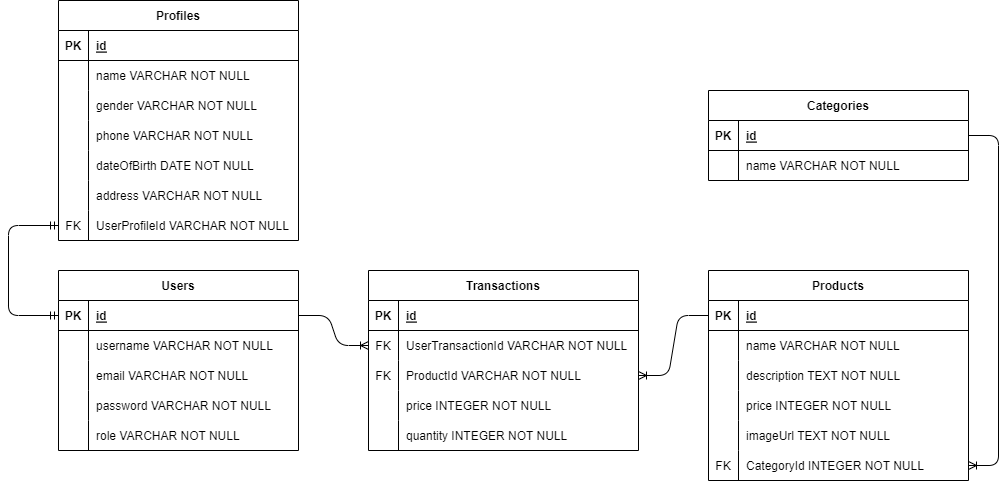
raihanonad/Pair-Project-Phase-1 keeps this draw.io diagram as ERD.drawio.png. Above is the earlier version. Source tidied: cells renumbered, new cells last; positions are measured from the earlier drawing's top-left corner, leaving out a move shared by most shapes. The source it was exported from:
```xml
<mxGraphModel>
  <root>
    <mxCell id="0" />
    <mxCell id="1" parent="0" />
    <mxCell id="2" value="Profiles" style="shape=table;startSize=30;rowLines=0;fontStyle=1;align=center;" parent="1" vertex="1">
      <mxGeometry x="50" width="240" height="240" as="geometry" />
    </mxCell>
    <mxCell id="3" style="shape=tableRow;horizontal=0;startSize=0;swimlaneHead=0;swimlaneBody=0;fillColor=none;top=0;left=0;right=0;bottom=1;" parent="2" vertex="1">
      <mxGeometry y="30" width="240" height="30" as="geometry" />
    </mxCell>
    <mxCell id="4" value="PK" style="shape=partialRectangle;fillColor=none;top=0;left=0;bottom=0;right=0;fontStyle=1;overflow=hidden;" parent="3" vertex="1">
      <mxGeometry width="30" height="30" as="geometry" />
    </mxCell>
    <mxCell id="5" value="id" style="shape=partialRectangle;fillColor=none;top=0;left=0;bottom=0;right=0;align=left;spacingLeft=6;fontStyle=5;overflow=hidden;" parent="3" vertex="1">
      <mxGeometry x="30" width="210" height="30" as="geometry" />
    </mxCell>
    <mxCell id="6" style="shape=tableRow;horizontal=0;startSize=0;swimlaneHead=0;swimlaneBody=0;fillColor=none;top=0;left=0;right=0;bottom=0;" parent="2" vertex="1">
      <mxGeometry y="60" width="240" height="30" as="geometry" />
    </mxCell>
    <mxCell id="7" style="shape=partialRectangle;fillColor=none;top=0;left=0;bottom=0;right=0;overflow=hidden;" parent="6" vertex="1">
      <mxGeometry width="30" height="30" as="geometry" />
    </mxCell>
    <mxCell id="8" value="name VARCHAR NOT NULL" style="shape=partialRectangle;fillColor=none;top=0;left=0;bottom=0;right=0;align=left;spacingLeft=6;overflow=hidden;" parent="6" vertex="1">
      <mxGeometry x="30" width="210" height="30" as="geometry" />
    </mxCell>
    <mxCell id="9" style="shape=tableRow;horizontal=0;startSize=0;swimlaneHead=0;swimlaneBody=0;fillColor=none;top=0;left=0;right=0;bottom=0;" parent="2" vertex="1">
      <mxGeometry y="90" width="240" height="30" as="geometry" />
    </mxCell>
    <mxCell id="10" style="shape=partialRectangle;fillColor=none;top=0;left=0;bottom=0;right=0;overflow=hidden;" parent="9" vertex="1">
      <mxGeometry width="30" height="30" as="geometry" />
    </mxCell>
    <mxCell id="11" value="gender VARCHAR NOT NULL" style="shape=partialRectangle;fillColor=none;top=0;left=0;bottom=0;right=0;align=left;spacingLeft=6;overflow=hidden;" parent="9" vertex="1">
      <mxGeometry x="30" width="210" height="30" as="geometry" />
    </mxCell>
    <mxCell id="12" style="shape=tableRow;horizontal=0;startSize=0;swimlaneHead=0;swimlaneBody=0;fillColor=none;top=0;left=0;right=0;bottom=0;" parent="2" vertex="1">
      <mxGeometry y="120" width="240" height="30" as="geometry" />
    </mxCell>
    <mxCell id="13" style="shape=partialRectangle;fillColor=none;top=0;left=0;bottom=0;right=0;overflow=hidden;" parent="12" vertex="1">
      <mxGeometry width="30" height="30" as="geometry" />
    </mxCell>
    <mxCell id="14" value="phone VARCHAR NOT NULL" style="shape=partialRectangle;fillColor=none;top=0;left=0;bottom=0;right=0;align=left;spacingLeft=6;overflow=hidden;" parent="12" vertex="1">
      <mxGeometry x="30" width="210" height="30" as="geometry" />
    </mxCell>
    <mxCell id="15" style="shape=tableRow;horizontal=0;startSize=0;swimlaneHead=0;swimlaneBody=0;fillColor=none;top=0;left=0;right=0;bottom=0;" parent="2" vertex="1">
      <mxGeometry y="150" width="240" height="30" as="geometry" />
    </mxCell>
    <mxCell id="16" style="shape=partialRectangle;fillColor=none;top=0;left=0;bottom=0;right=0;overflow=hidden;" parent="15" vertex="1">
      <mxGeometry width="30" height="30" as="geometry" />
    </mxCell>
    <mxCell id="17" value="dateOfBirth DATE NOT NULL" style="shape=partialRectangle;fillColor=none;top=0;left=0;bottom=0;right=0;align=left;spacingLeft=6;overflow=hidden;" parent="15" vertex="1">
      <mxGeometry x="30" width="210" height="30" as="geometry" />
    </mxCell>
    <mxCell id="18" style="shape=tableRow;horizontal=0;startSize=0;swimlaneHead=0;swimlaneBody=0;fillColor=none;top=0;left=0;right=0;bottom=0;" parent="2" vertex="1">
      <mxGeometry y="180" width="240" height="30" as="geometry" />
    </mxCell>
    <mxCell id="19" style="shape=partialRectangle;fillColor=none;top=0;left=0;bottom=0;right=0;overflow=hidden;" parent="18" vertex="1">
      <mxGeometry width="30" height="30" as="geometry" />
    </mxCell>
    <mxCell id="20" value="address VARCHAR NOT NULL" style="shape=partialRectangle;fillColor=none;top=0;left=0;bottom=0;right=0;align=left;spacingLeft=6;overflow=hidden;" parent="18" vertex="1">
      <mxGeometry x="30" width="210" height="30" as="geometry" />
    </mxCell>
    <mxCell id="21" style="shape=tableRow;horizontal=0;startSize=0;swimlaneHead=0;swimlaneBody=0;fillColor=none;points=[[0,0.5],[1,0.5]];portConstraint=eastwest;top=0;left=0;right=0;bottom=0;" parent="2" vertex="1">
      <mxGeometry y="210" width="240" height="30" as="geometry" />
    </mxCell>
    <mxCell id="22" value="FK" style="shape=partialRectangle;fillColor=none;top=0;left=0;bottom=0;right=0;overflow=hidden;" parent="21" vertex="1">
      <mxGeometry width="30" height="30" as="geometry" />
    </mxCell>
    <mxCell id="23" value="UserProfileId VARCHAR NOT NULL" style="shape=partialRectangle;fillColor=none;top=0;left=0;bottom=0;right=0;align=left;spacingLeft=6;overflow=hidden;" parent="21" vertex="1">
      <mxGeometry x="30" width="210" height="30" as="geometry" />
    </mxCell>
    <mxCell id="24" value="Users" style="shape=table;startSize=30;rowLines=0;fontStyle=1;align=center;" parent="1" vertex="1">
      <mxGeometry x="50" y="270" width="240" height="180" as="geometry" />
    </mxCell>
    <mxCell id="25" style="shape=tableRow;horizontal=0;startSize=0;swimlaneHead=0;swimlaneBody=0;fillColor=none;points=[[0,0.5],[1,0.5]];portConstraint=eastwest;top=0;left=0;right=0;bottom=1;" parent="24" vertex="1">
      <mxGeometry y="30" width="240" height="30" as="geometry" />
    </mxCell>
    <mxCell id="26" value="PK" style="shape=partialRectangle;fillColor=none;top=0;left=0;bottom=0;right=0;fontStyle=1;overflow=hidden;" parent="25" vertex="1">
      <mxGeometry width="30" height="30" as="geometry" />
    </mxCell>
    <mxCell id="27" value="id" style="shape=partialRectangle;fillColor=none;top=0;left=0;bottom=0;right=0;align=left;spacingLeft=6;fontStyle=5;overflow=hidden;" parent="25" vertex="1">
      <mxGeometry x="30" width="210" height="30" as="geometry" />
    </mxCell>
    <mxCell id="28" style="shape=tableRow;horizontal=0;startSize=0;swimlaneHead=0;swimlaneBody=0;fillColor=none;top=0;left=0;right=0;bottom=0;" parent="24" vertex="1">
      <mxGeometry y="60" width="240" height="30" as="geometry" />
    </mxCell>
    <mxCell id="29" style="shape=partialRectangle;fillColor=none;top=0;left=0;bottom=0;right=0;overflow=hidden;" parent="28" vertex="1">
      <mxGeometry width="30" height="30" as="geometry" />
    </mxCell>
    <mxCell id="30" value="username VARCHAR NOT NULL" style="shape=partialRectangle;fillColor=none;top=0;left=0;bottom=0;right=0;align=left;spacingLeft=6;overflow=hidden;" parent="28" vertex="1">
      <mxGeometry x="30" width="210" height="30" as="geometry" />
    </mxCell>
    <mxCell id="31" style="shape=tableRow;horizontal=0;startSize=0;swimlaneHead=0;swimlaneBody=0;fillColor=none;top=0;left=0;right=0;bottom=0;" parent="24" vertex="1">
      <mxGeometry y="90" width="240" height="30" as="geometry" />
    </mxCell>
    <mxCell id="32" style="shape=partialRectangle;fillColor=none;top=0;left=0;bottom=0;right=0;overflow=hidden;" parent="31" vertex="1">
      <mxGeometry width="30" height="30" as="geometry" />
    </mxCell>
    <mxCell id="33" value="email VARCHAR NOT NULL" style="shape=partialRectangle;fillColor=none;top=0;left=0;bottom=0;right=0;align=left;spacingLeft=6;overflow=hidden;" parent="31" vertex="1">
      <mxGeometry x="30" width="210" height="30" as="geometry" />
    </mxCell>
    <mxCell id="34" style="shape=tableRow;horizontal=0;startSize=0;swimlaneHead=0;swimlaneBody=0;fillColor=none;top=0;left=0;right=0;bottom=0;" parent="24" vertex="1">
      <mxGeometry y="120" width="240" height="30" as="geometry" />
    </mxCell>
    <mxCell id="35" style="shape=partialRectangle;fillColor=none;top=0;left=0;bottom=0;right=0;overflow=hidden;" parent="34" vertex="1">
      <mxGeometry width="30" height="30" as="geometry" />
    </mxCell>
    <mxCell id="36" value="password VARCHAR NOT NULL" style="shape=partialRectangle;fillColor=none;top=0;left=0;bottom=0;right=0;align=left;spacingLeft=6;overflow=hidden;" parent="34" vertex="1">
      <mxGeometry x="30" width="210" height="30" as="geometry" />
    </mxCell>
    <mxCell id="37" style="shape=tableRow;horizontal=0;startSize=0;swimlaneHead=0;swimlaneBody=0;fillColor=none;top=0;left=0;right=0;bottom=0;" parent="24" vertex="1">
      <mxGeometry y="150" width="240" height="30" as="geometry" />
    </mxCell>
    <mxCell id="38" style="shape=partialRectangle;fillColor=none;top=0;left=0;bottom=0;right=0;overflow=hidden;" parent="37" vertex="1">
      <mxGeometry width="30" height="30" as="geometry" />
    </mxCell>
    <mxCell id="39" value="role VARCHAR NOT NULL" style="shape=partialRectangle;fillColor=none;top=0;left=0;bottom=0;right=0;align=left;spacingLeft=6;overflow=hidden;" parent="37" vertex="1">
      <mxGeometry x="30" width="210" height="30" as="geometry" />
    </mxCell>
    <mxCell id="40" value="Transactions" style="shape=table;startSize=30;rowLines=0;fontStyle=1;align=center;" parent="1" vertex="1">
      <mxGeometry x="360" y="270" width="270" height="180" as="geometry" />
    </mxCell>
    <mxCell id="41" style="shape=tableRow;horizontal=0;startSize=0;swimlaneHead=0;swimlaneBody=0;fillColor=none;top=0;left=0;right=0;bottom=1;" parent="40" vertex="1">
      <mxGeometry y="30" width="270" height="30" as="geometry" />
    </mxCell>
    <mxCell id="42" value="PK" style="shape=partialRectangle;fillColor=none;top=0;left=0;bottom=0;right=0;fontStyle=1;overflow=hidden;" parent="41" vertex="1">
      <mxGeometry width="30" height="30" as="geometry" />
    </mxCell>
    <mxCell id="43" value="id" style="shape=partialRectangle;fillColor=none;top=0;left=0;bottom=0;right=0;align=left;spacingLeft=6;fontStyle=5;overflow=hidden;" parent="41" vertex="1">
      <mxGeometry x="30" width="240" height="30" as="geometry" />
    </mxCell>
    <mxCell id="44" style="shape=tableRow;horizontal=0;startSize=0;swimlaneHead=0;swimlaneBody=0;fillColor=none;points=[[0,0.5],[1,0.5]];portConstraint=eastwest;top=0;left=0;right=0;bottom=0;" parent="40" vertex="1">
      <mxGeometry y="60" width="270" height="30" as="geometry" />
    </mxCell>
    <mxCell id="45" value="FK" style="shape=partialRectangle;fillColor=none;top=0;left=0;bottom=0;right=0;overflow=hidden;" parent="44" vertex="1">
      <mxGeometry width="30" height="30" as="geometry" />
    </mxCell>
    <mxCell id="46" value="UserTransactionId VARCHAR NOT NULL" style="shape=partialRectangle;fillColor=none;top=0;left=0;bottom=0;right=0;align=left;spacingLeft=6;overflow=hidden;" parent="44" vertex="1">
      <mxGeometry x="30" width="240" height="30" as="geometry" />
    </mxCell>
    <mxCell id="47" style="shape=tableRow;horizontal=0;startSize=0;swimlaneHead=0;swimlaneBody=0;fillColor=none;points=[[0,0.5],[1,0.5]];portConstraint=eastwest;top=0;left=0;right=0;bottom=0;" parent="40" vertex="1">
      <mxGeometry y="90" width="270" height="30" as="geometry" />
    </mxCell>
    <mxCell id="48" value="FK" style="shape=partialRectangle;fillColor=none;top=0;left=0;bottom=0;right=0;overflow=hidden;" parent="47" vertex="1">
      <mxGeometry width="30" height="30" as="geometry" />
    </mxCell>
    <mxCell id="49" value="ProductId VARCHAR NOT NULL" style="shape=partialRectangle;fillColor=none;top=0;left=0;bottom=0;right=0;align=left;spacingLeft=6;overflow=hidden;" parent="47" vertex="1">
      <mxGeometry x="30" width="240" height="30" as="geometry" />
    </mxCell>
    <mxCell id="50" style="shape=tableRow;horizontal=0;startSize=0;swimlaneHead=0;swimlaneBody=0;fillColor=none;top=0;left=0;right=0;bottom=0;" parent="40" vertex="1">
      <mxGeometry y="120" width="270" height="30" as="geometry" />
    </mxCell>
    <mxCell id="51" style="shape=partialRectangle;fillColor=none;top=0;left=0;bottom=0;right=0;overflow=hidden;" parent="50" vertex="1">
      <mxGeometry width="30" height="30" as="geometry" />
    </mxCell>
    <mxCell id="52" value="price INTEGER NOT NULL" style="shape=partialRectangle;fillColor=none;top=0;left=0;bottom=0;right=0;align=left;spacingLeft=6;overflow=hidden;" parent="50" vertex="1">
      <mxGeometry x="30" width="240" height="30" as="geometry" />
    </mxCell>
    <mxCell id="53" style="shape=tableRow;horizontal=0;startSize=0;swimlaneHead=0;swimlaneBody=0;fillColor=none;top=0;left=0;right=0;bottom=0;" parent="40" vertex="1">
      <mxGeometry y="150" width="270" height="30" as="geometry" />
    </mxCell>
    <mxCell id="54" style="shape=partialRectangle;fillColor=none;top=0;left=0;bottom=0;right=0;overflow=hidden;" parent="53" vertex="1">
      <mxGeometry width="30" height="30" as="geometry" />
    </mxCell>
    <mxCell id="55" value="quantity INTEGER NOT NULL" style="shape=partialRectangle;fillColor=none;top=0;left=0;bottom=0;right=0;align=left;spacingLeft=6;overflow=hidden;" parent="53" vertex="1">
      <mxGeometry x="30" width="240" height="30" as="geometry" />
    </mxCell>
    <mxCell id="56" value="Products" style="shape=table;startSize=30;rowLines=0;fontStyle=1;align=center;" parent="1" vertex="1">
      <mxGeometry x="700" y="270" width="260" height="210" as="geometry" />
    </mxCell>
    <mxCell id="57" style="shape=tableRow;horizontal=0;startSize=0;swimlaneHead=0;swimlaneBody=0;fillColor=none;points=[[0,0.5],[1,0.5]];portConstraint=eastwest;top=0;left=0;right=0;bottom=1;" parent="56" vertex="1">
      <mxGeometry y="30" width="260" height="30" as="geometry" />
    </mxCell>
    <mxCell id="58" value="PK" style="shape=partialRectangle;fillColor=none;top=0;left=0;bottom=0;right=0;fontStyle=1;overflow=hidden;" parent="57" vertex="1">
      <mxGeometry width="30" height="30" as="geometry" />
    </mxCell>
    <mxCell id="59" value="id" style="shape=partialRectangle;fillColor=none;top=0;left=0;bottom=0;right=0;align=left;spacingLeft=6;fontStyle=5;overflow=hidden;" parent="57" vertex="1">
      <mxGeometry x="30" width="230" height="30" as="geometry" />
    </mxCell>
    <mxCell id="60" style="shape=tableRow;horizontal=0;startSize=0;swimlaneHead=0;swimlaneBody=0;fillColor=none;top=0;left=0;right=0;bottom=0;" parent="56" vertex="1">
      <mxGeometry y="60" width="260" height="30" as="geometry" />
    </mxCell>
    <mxCell id="61" style="shape=partialRectangle;fillColor=none;top=0;left=0;bottom=0;right=0;overflow=hidden;" parent="60" vertex="1">
      <mxGeometry width="30" height="30" as="geometry" />
    </mxCell>
    <mxCell id="62" value="name VARCHAR NOT NULL" style="shape=partialRectangle;fillColor=none;top=0;left=0;bottom=0;right=0;align=left;spacingLeft=6;overflow=hidden;" parent="60" vertex="1">
      <mxGeometry x="30" width="230" height="30" as="geometry" />
    </mxCell>
    <mxCell id="63" style="shape=tableRow;horizontal=0;startSize=0;swimlaneHead=0;swimlaneBody=0;fillColor=none;top=0;left=0;right=0;bottom=0;" parent="56" vertex="1">
      <mxGeometry y="90" width="260" height="30" as="geometry" />
    </mxCell>
    <mxCell id="64" style="shape=partialRectangle;fillColor=none;top=0;left=0;bottom=0;right=0;overflow=hidden;" parent="63" vertex="1">
      <mxGeometry width="30" height="30" as="geometry" />
    </mxCell>
    <mxCell id="65" value="description TEXT NOT NULL" style="shape=partialRectangle;fillColor=none;top=0;left=0;bottom=0;right=0;align=left;spacingLeft=6;overflow=hidden;" parent="63" vertex="1">
      <mxGeometry x="30" width="230" height="30" as="geometry" />
    </mxCell>
    <mxCell id="66" style="shape=tableRow;horizontal=0;startSize=0;swimlaneHead=0;swimlaneBody=0;fillColor=none;top=0;left=0;right=0;bottom=0;" parent="56" vertex="1">
      <mxGeometry y="120" width="260" height="30" as="geometry" />
    </mxCell>
    <mxCell id="67" style="shape=partialRectangle;fillColor=none;top=0;left=0;bottom=0;right=0;overflow=hidden;" parent="66" vertex="1">
      <mxGeometry width="30" height="30" as="geometry" />
    </mxCell>
    <mxCell id="68" value="price INTEGER NOT NULL" style="shape=partialRectangle;fillColor=none;top=0;left=0;bottom=0;right=0;align=left;spacingLeft=6;overflow=hidden;" parent="66" vertex="1">
      <mxGeometry x="30" width="230" height="30" as="geometry" />
    </mxCell>
    <mxCell id="69" style="shape=tableRow;horizontal=0;startSize=0;swimlaneHead=0;swimlaneBody=0;fillColor=none;top=0;left=0;right=0;bottom=0;" parent="56" vertex="1">
      <mxGeometry y="150" width="260" height="30" as="geometry" />
    </mxCell>
    <mxCell id="70" style="shape=partialRectangle;fillColor=none;top=0;left=0;bottom=0;right=0;overflow=hidden;" parent="69" vertex="1">
      <mxGeometry width="30" height="30" as="geometry" />
    </mxCell>
    <mxCell id="71" value="imageUrl TEXT NOT NULL" style="shape=partialRectangle;fillColor=none;top=0;left=0;bottom=0;right=0;align=left;spacingLeft=6;overflow=hidden;" parent="69" vertex="1">
      <mxGeometry x="30" width="230" height="30" as="geometry" />
    </mxCell>
    <mxCell id="72" style="shape=tableRow;horizontal=0;startSize=0;swimlaneHead=0;swimlaneBody=0;fillColor=none;points=[[0,0.5],[1,0.5]];portConstraint=eastwest;top=0;left=0;right=0;bottom=0;" parent="56" vertex="1">
      <mxGeometry y="180" width="260" height="30" as="geometry" />
    </mxCell>
    <mxCell id="73" value="FK" style="shape=partialRectangle;fillColor=none;top=0;left=0;bottom=0;right=0;overflow=hidden;" parent="72" vertex="1">
      <mxGeometry width="30" height="30" as="geometry" />
    </mxCell>
    <mxCell id="74" value="CategoryId INTEGER NOT NULL" style="shape=partialRectangle;fillColor=none;top=0;left=0;bottom=0;right=0;align=left;spacingLeft=6;overflow=hidden;" parent="72" vertex="1">
      <mxGeometry x="30" width="230" height="30" as="geometry" />
    </mxCell>
    <mxCell id="75" value="Categories" style="shape=table;startSize=30;rowLines=0;fontStyle=1;align=center;" parent="1" vertex="1">
      <mxGeometry x="700" y="90" width="260" height="90" as="geometry" />
    </mxCell>
    <mxCell id="76" style="shape=tableRow;horizontal=0;startSize=0;swimlaneHead=0;swimlaneBody=0;fillColor=none;points=[[0,0.5],[1,0.5]];portConstraint=eastwest;top=0;left=0;right=0;bottom=1;" parent="75" vertex="1">
      <mxGeometry y="30" width="260" height="30" as="geometry" />
    </mxCell>
    <mxCell id="77" value="PK" style="shape=partialRectangle;fillColor=none;top=0;left=0;bottom=0;right=0;fontStyle=1;overflow=hidden;" parent="76" vertex="1">
      <mxGeometry width="30" height="30" as="geometry" />
    </mxCell>
    <mxCell id="78" value="id" style="shape=partialRectangle;fillColor=none;top=0;left=0;bottom=0;right=0;align=left;spacingLeft=6;fontStyle=5;overflow=hidden;" parent="76" vertex="1">
      <mxGeometry x="30" width="230" height="30" as="geometry" />
    </mxCell>
    <mxCell id="79" style="shape=tableRow;horizontal=0;startSize=0;swimlaneHead=0;swimlaneBody=0;fillColor=none;top=0;left=0;right=0;bottom=0;" parent="75" vertex="1">
      <mxGeometry y="60" width="260" height="30" as="geometry" />
    </mxCell>
    <mxCell id="80" style="shape=partialRectangle;fillColor=none;top=0;left=0;bottom=0;right=0;overflow=hidden;" parent="79" vertex="1">
      <mxGeometry width="30" height="30" as="geometry" />
    </mxCell>
    <mxCell id="81" value="name VARCHAR NOT NULL" style="shape=partialRectangle;fillColor=none;top=0;left=0;bottom=0;right=0;align=left;spacingLeft=6;overflow=hidden;" parent="79" vertex="1">
      <mxGeometry x="30" width="230" height="30" as="geometry" />
    </mxCell>
    <mxCell id="82" style="edgeStyle=elbowEdgeStyle;fontSize=12;html=1;endArrow=ERmandOne;startArrow=ERmandOne;entryX=0;entryY=0.5;entryDx=0;entryDy=0;exitX=0;exitY=0.5;exitDx=0;exitDy=0;" parent="1" edge="1" source="21" target="25">
      <mxGeometry relative="1" as="geometry">
        <Array as="points">
          <mxPoint y="270" />
        </Array>
      </mxGeometry>
    </mxCell>
    <mxCell id="83" style="edgeStyle=entityRelationEdgeStyle;fontSize=12;html=1;endArrow=ERoneToMany;entryX=0;entryY=0.5;entryDx=0;entryDy=0;exitX=1;exitY=0.5;exitDx=0;exitDy=0;" parent="1" edge="1" source="25" target="44">
      <mxGeometry relative="1" as="geometry" />
    </mxCell>
    <mxCell id="84" style="edgeStyle=entityRelationEdgeStyle;fontSize=12;html=1;endArrow=ERoneToMany;exitX=0;exitY=0.5;exitDx=0;exitDy=0;" parent="1" edge="1" source="57" target="47">
      <mxGeometry relative="1" as="geometry" />
    </mxCell>
    <mxCell id="85" style="edgeStyle=entityRelationEdgeStyle;fontSize=12;html=1;endArrow=ERoneToMany;exitX=1;exitY=0.5;exitDx=0;exitDy=0;entryX=1;entryY=0.5;entryDx=0;entryDy=0;" parent="1" edge="1" source="76" target="72">
      <mxGeometry relative="1" as="geometry" />
    </mxCell>
  </root>
</mxGraphModel>
```
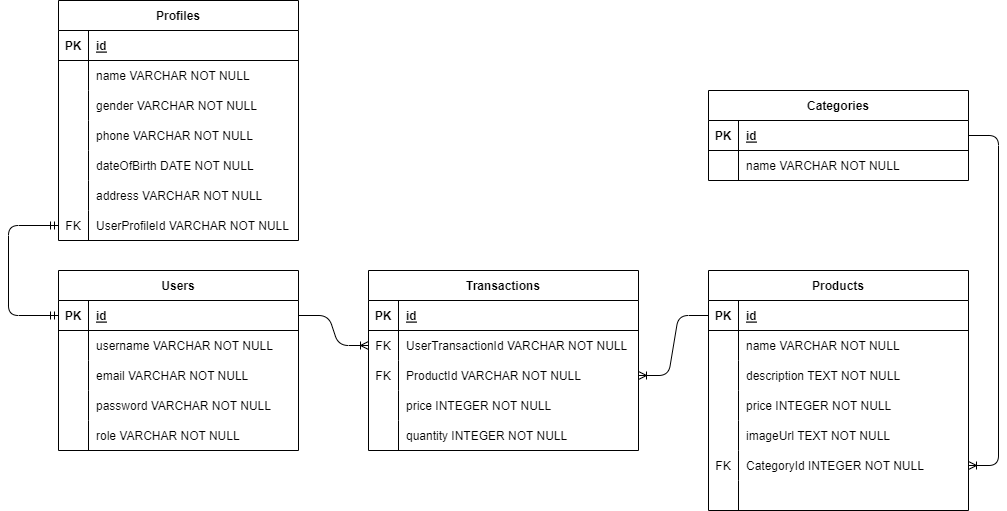
After the change.

Change to the diagram source:
```diff
@@ -165,7 +165,7 @@
       <mxGeometry x="30" width="240" height="30" as="geometry" />
     </mxCell>
     <mxCell id="56" value="Products" style="shape=table;startSize=30;rowLines=0;fontStyle=1;align=center;" parent="1" vertex="1">
-      <mxGeometry x="700" y="270" width="260" height="210" as="geometry" />
+      <mxGeometry x="700" y="270" width="260" height="240" as="geometry" />
     </mxCell>
     <mxCell id="57" style="shape=tableRow;horizontal=0;startSize=0;swimlaneHead=0;swimlaneBody=0;fillColor=none;points=[[0,0.5],[1,0.5]];portConstraint=eastwest;top=0;left=0;right=0;bottom=1;" parent="56" vertex="1">
       <mxGeometry y="30" width="260" height="30" as="geometry" />
@@ -221,6 +221,15 @@
     <mxCell id="74" value="CategoryId INTEGER NOT NULL" style="shape=partialRectangle;fillColor=none;top=0;left=0;bottom=0;right=0;align=left;spacingLeft=6;overflow=hidden;" parent="72" vertex="1">
       <mxGeometry x="30" width="230" height="30" as="geometry" />
     </mxCell>
+    <mxCell id="86" style="shape=tableRow;horizontal=0;startSize=0;swimlaneHead=0;swimlaneBody=0;fillColor=none;top=0;left=0;right=0;bottom=0;" parent="56" vertex="1">
+      <mxGeometry y="210" width="260" height="30" as="geometry" />
+    </mxCell>
+    <mxCell id="87" style="shape=partialRectangle;fillColor=none;top=0;left=0;bottom=0;right=0;overflow=hidden;" parent="86" vertex="1">
+      <mxGeometry width="30" height="30" as="geometry" />
+    </mxCell>
+    <mxCell id="88" style="shape=partialRectangle;fillColor=none;top=0;left=0;bottom=0;right=0;align=left;spacingLeft=6;overflow=hidden;" parent="86" vertex="1">
+      <mxGeometry x="30" width="230" height="30" as="geometry" />
+    </mxCell>
     <mxCell id="75" value="Categories" style="shape=table;startSize=30;rowLines=0;fontStyle=1;align=center;" parent="1" vertex="1">
       <mxGeometry x="700" y="90" width="260" height="90" as="geometry" />
     </mxCell>
```
